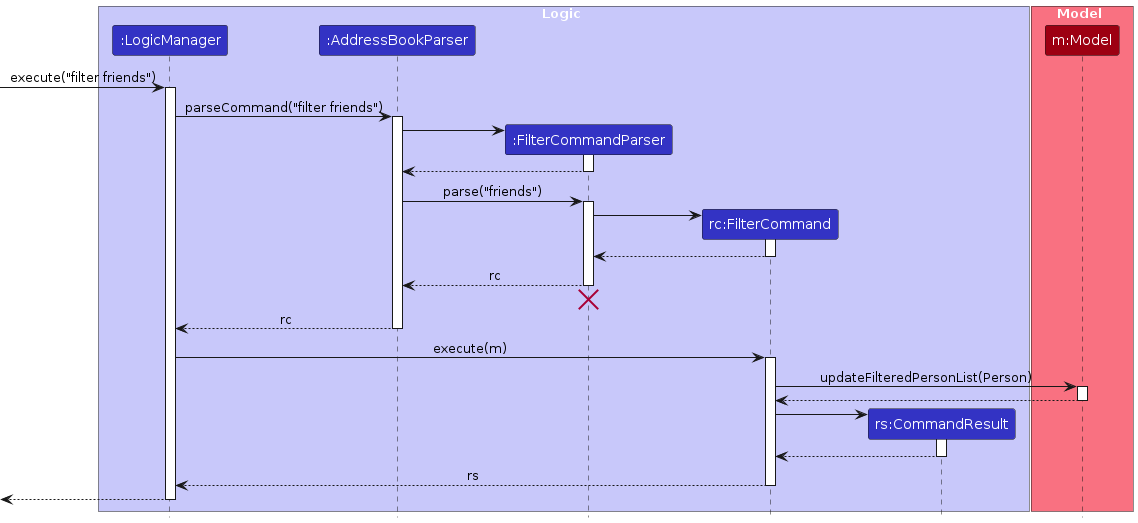
The PlantUML diagram diagrams/FilterSequenceDiagram.png in AY2324S2-CS2103T-T12-2/tp, before a commit. Its source is kept beside it as diagrams/FilterSequenceDiagram.puml. Its diagram source:
```plantuml
@startuml
!include style.puml
skinparam ArrowFontStyle plain

box Logic LOGIC_COLOR_T1
participant ":LogicManager" as LogicManager LOGIC_COLOR
participant ":AddressBookParser" as AddressBookParser LOGIC_COLOR
participant ":FilterCommandParser" as FilterCommandParser LOGIC_COLOR
participant "rc:FilterCommand" as FilterCommand LOGIC_COLOR
participant "rs:CommandResult" as CommandResult LOGIC_COLOR
end box

box Model MODEL_COLOR_T1
participant "m:Model" as Model MODEL_COLOR
end box

[-> LogicManager : execute("filter friends")
activate LogicManager

LogicManager -> AddressBookParser : parseCommand("filter friends")
activate AddressBookParser

create FilterCommandParser
AddressBookParser -> FilterCommandParser
activate FilterCommandParser

FilterCommandParser --> AddressBookParser
deactivate FilterCommandParser

AddressBookParser -> FilterCommandParser : parse("friends")
activate FilterCommandParser

create FilterCommand
FilterCommandParser -> FilterCommand
activate FilterCommand

FilterCommand --> FilterCommandParser :
deactivate FilterCommand

FilterCommandParser --> AddressBookParser : rc
deactivate FilterCommandParser
FilterCommandParser -[hidden]-> AddressBookParser
destroy FilterCommandParser

AddressBookParser --> LogicManager : rc
deactivate AddressBookParser

LogicManager -> FilterCommand : execute(m)
activate FilterCommand

FilterCommand -> Model : updateFilteredPersonList(Person)
activate Model

Model --> FilterCommand
deactivate Model

create CommandResult
FilterCommand -> CommandResult
activate CommandResult

CommandResult --> FilterCommand
deactivate CommandResult

FilterCommand --> LogicManager : rs
deactivate FilterCommand

[<--LogicManager
deactivate LogicManager
@enduml
```
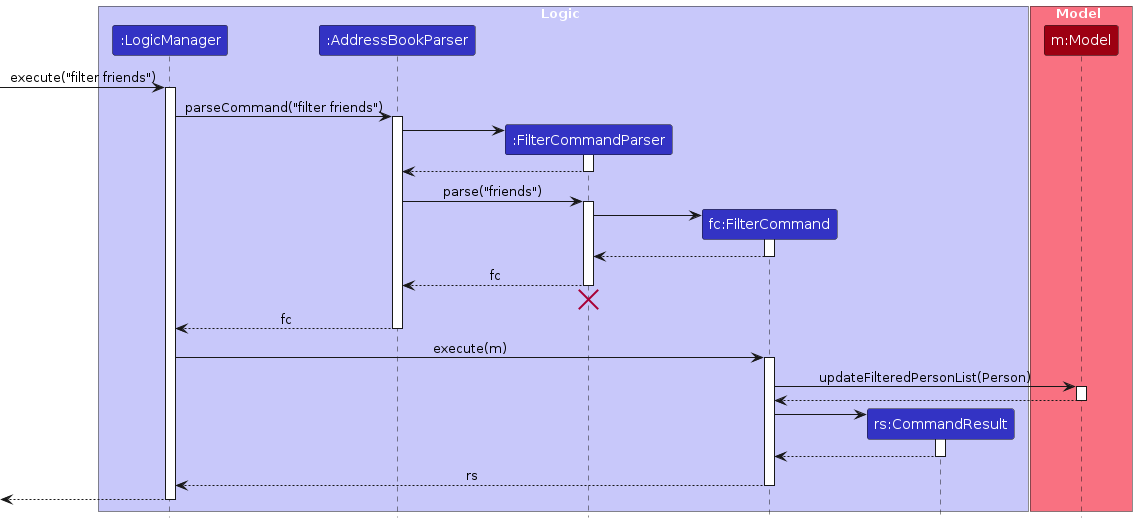
Later version of the same file.

Change to the diagram source:
```diff
@@ -6,7 +6,7 @@
 participant ":LogicManager" as LogicManager LOGIC_COLOR
 participant ":AddressBookParser" as AddressBookParser LOGIC_COLOR
 participant ":FilterCommandParser" as FilterCommandParser LOGIC_COLOR
-participant "rc:FilterCommand" as FilterCommand LOGIC_COLOR
+participant "fc:FilterCommand" as FilterCommand LOGIC_COLOR
 participant "rs:CommandResult" as CommandResult LOGIC_COLOR
 end box
 
@@ -37,12 +37,12 @@
 FilterCommand --> FilterCommandParser :
 deactivate FilterCommand
 
-FilterCommandParser --> AddressBookParser : rc
+FilterCommandParser --> AddressBookParser : fc
 deactivate FilterCommandParser
 FilterCommandParser -[hidden]-> AddressBookParser
 destroy FilterCommandParser
 
-AddressBookParser --> LogicManager : rc
+AddressBookParser --> LogicManager : fc
 deactivate AddressBookParser
 
 LogicManager -> FilterCommand : execute(m)
```
